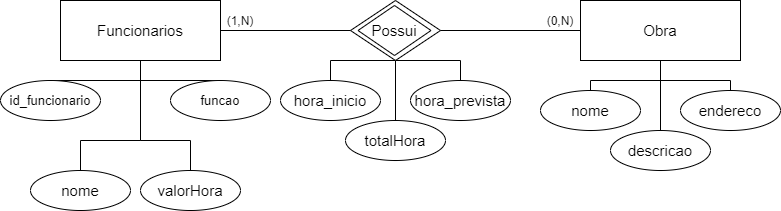
Before: SR/documentacao/bd.png, a diagram exported from draw.io (BielAlves1/Projeto-SR). Source tidied: cells renumbered, new cells last; positions are measured from the earlier drawing's top-left corner, leaving out a move shared by most shapes. The source it was exported from:
```xml
<mxGraphModel>
  <root>
    <mxCell id="0" />
    <mxCell id="1" parent="0" />
    <mxCell id="2" style="edgeStyle=orthogonalEdgeStyle;rounded=0;jettySize=auto;html=1;exitX=0.5;exitY=1;exitDx=0;exitDy=0;entryX=0.5;entryY=0;entryDx=0;entryDy=0;endArrow=none;endFill=0;fontSize=15;" parent="1" edge="1" source="5" target="32">
      <mxGeometry relative="1" as="geometry">
        <Array as="points">
          <mxPoint x="460" y="60" />
        </Array>
      </mxGeometry>
    </mxCell>
    <mxCell id="3" style="edgeStyle=orthogonalEdgeStyle;rounded=0;jettySize=auto;html=1;exitX=0.5;exitY=1;exitDx=0;exitDy=0;entryX=0.5;entryY=0;entryDx=0;entryDy=0;endArrow=none;endFill=0;fontSize=15;" parent="1" edge="1" source="5" target="31">
      <mxGeometry relative="1" as="geometry">
        <Array as="points">
          <mxPoint x="330" y="60" />
        </Array>
      </mxGeometry>
    </mxCell>
    <mxCell id="4" style="edgeStyle=orthogonalEdgeStyle;rounded=0;jettySize=auto;html=1;exitX=0.5;exitY=1;exitDx=0;exitDy=0;entryX=0.5;entryY=0;entryDx=0;entryDy=0;endArrow=none;endFill=0;fontSize=15;" parent="1" edge="1" source="5" target="34">
      <mxGeometry relative="1" as="geometry" />
    </mxCell>
    <mxCell id="5" style="rhombus;whiteSpace=wrap;html=1;fontSize=15;" parent="1" vertex="1">
      <mxGeometry x="350" width="90" height="60" as="geometry" />
    </mxCell>
    <mxCell id="6" style="rhombus;whiteSpace=wrap;html=1;fontSize=15;" parent="1" vertex="1">
      <mxGeometry x="357.5" y="5" width="73" height="50" as="geometry" />
    </mxCell>
    <mxCell id="7" style="edgeStyle=orthogonalEdgeStyle;rounded=0;jettySize=auto;html=1;exitX=1;exitY=0.5;exitDx=0;exitDy=0;entryX=0;entryY=0.5;entryDx=0;entryDy=0;fontSize=15;endArrow=none;endFill=0;" parent="1" edge="1" source="12" target="5">
      <mxGeometry relative="1" as="geometry" />
    </mxCell>
    <mxCell id="8" style="edgeStyle=orthogonalEdgeStyle;rounded=0;jettySize=auto;html=1;exitX=0.5;exitY=1;exitDx=0;exitDy=0;entryX=0.5;entryY=0;entryDx=0;entryDy=0;endArrow=none;endFill=0;fontSize=13;" parent="1" edge="1" source="12" target="22">
      <mxGeometry relative="1" as="geometry">
        <Array as="points">
          <mxPoint x="140" y="140" />
          <mxPoint x="80" y="140" />
        </Array>
      </mxGeometry>
    </mxCell>
    <mxCell id="9" style="edgeStyle=orthogonalEdgeStyle;rounded=0;jettySize=auto;html=1;exitX=0.5;exitY=1;exitDx=0;exitDy=0;entryX=0.5;entryY=0;entryDx=0;entryDy=0;endArrow=none;endFill=0;fontSize=13;" parent="1" edge="1" source="12" target="20">
      <mxGeometry relative="1" as="geometry" />
    </mxCell>
    <mxCell id="10" style="edgeStyle=orthogonalEdgeStyle;rounded=0;jettySize=auto;html=1;exitX=0.5;exitY=1;exitDx=0;exitDy=0;entryX=0.5;entryY=0;entryDx=0;entryDy=0;endArrow=none;endFill=0;fontSize=13;" parent="1" edge="1" source="12" target="21">
      <mxGeometry relative="1" as="geometry" />
    </mxCell>
    <mxCell id="11" style="edgeStyle=orthogonalEdgeStyle;rounded=0;jettySize=auto;html=1;exitX=0.5;exitY=1;exitDx=0;exitDy=0;entryX=0.5;entryY=0;entryDx=0;entryDy=0;endArrow=none;endFill=0;fontSize=15;" parent="1" edge="1" source="12" target="33">
      <mxGeometry relative="1" as="geometry">
        <Array as="points">
          <mxPoint x="140" y="140" />
          <mxPoint x="190" y="140" />
        </Array>
      </mxGeometry>
    </mxCell>
    <mxCell id="12" style="rounded=0;whiteSpace=wrap;html=1;" parent="1" vertex="1">
      <mxGeometry x="60" width="160" height="60" as="geometry" />
    </mxCell>
    <mxCell id="13" style="edgeStyle=orthogonalEdgeStyle;rounded=0;jettySize=auto;html=1;exitX=0.5;exitY=1;exitDx=0;exitDy=0;entryX=0.5;entryY=0;entryDx=0;entryDy=0;endArrow=none;endFill=0;fontSize=15;" parent="1" edge="1" source="16" target="27">
      <mxGeometry relative="1" as="geometry" />
    </mxCell>
    <mxCell id="14" style="edgeStyle=orthogonalEdgeStyle;rounded=0;jettySize=auto;html=1;exitX=0.5;exitY=1;exitDx=0;exitDy=0;entryX=0.5;entryY=0;entryDx=0;entryDy=0;endArrow=none;endFill=0;fontSize=15;" parent="1" edge="1" source="16" target="26">
      <mxGeometry relative="1" as="geometry" />
    </mxCell>
    <mxCell id="15" style="edgeStyle=orthogonalEdgeStyle;rounded=0;jettySize=auto;html=1;exitX=0.5;exitY=1;exitDx=0;exitDy=0;entryX=0.5;entryY=0;entryDx=0;entryDy=0;endArrow=none;endFill=0;fontSize=15;" parent="1" edge="1" source="16" target="28">
      <mxGeometry relative="1" as="geometry" />
    </mxCell>
    <mxCell id="16" style="rounded=0;whiteSpace=wrap;html=1;fontSize=15;" parent="1" vertex="1">
      <mxGeometry x="580" width="160" height="60" as="geometry" />
    </mxCell>
    <mxCell id="17" style="edgeStyle=orthogonalEdgeStyle;rounded=0;jettySize=auto;html=1;exitX=1;exitY=0.5;exitDx=0;exitDy=0;entryX=0;entryY=0.5;entryDx=0;entryDy=0;endArrow=none;endFill=0;fontSize=15;" parent="1" edge="1" source="5" target="16">
      <mxGeometry relative="1" as="geometry" />
    </mxCell>
    <mxCell id="18" value="Possui" style="text;html=1;strokeColor=none;fillColor=none;align=center;verticalAlign=middle;whiteSpace=wrap;rounded=0;fontSize=15;" parent="1" vertex="1">
      <mxGeometry x="374" y="20" width="40" height="20" as="geometry" />
    </mxCell>
    <mxCell id="19" value="Funcionarios" style="text;html=1;strokeColor=none;fillColor=none;align=center;verticalAlign=middle;whiteSpace=wrap;rounded=0;fontSize=15;" parent="1" vertex="1">
      <mxGeometry x="80" y="20" width="120" height="20" as="geometry" />
    </mxCell>
    <mxCell id="20" style="ellipse;whiteSpace=wrap;html=1;fontSize=15;" parent="1" vertex="1">
      <mxGeometry x="170" y="80" width="100" height="40" as="geometry" />
    </mxCell>
    <mxCell id="21" style="ellipse;whiteSpace=wrap;html=1;fontSize=15;" parent="1" vertex="1">
      <mxGeometry y="80" width="100" height="40" as="geometry" />
    </mxCell>
    <mxCell id="22" style="ellipse;whiteSpace=wrap;html=1;fontSize=15;" parent="1" vertex="1">
      <mxGeometry x="30" y="170" width="100" height="40" as="geometry" />
    </mxCell>
    <mxCell id="23" value="id_funcionario" style="text;html=1;strokeColor=none;fillColor=none;align=center;verticalAlign=middle;whiteSpace=wrap;rounded=0;fontSize=13;" parent="1" vertex="1">
      <mxGeometry x="30" y="90" width="40" height="20" as="geometry" />
    </mxCell>
    <mxCell id="24" value="nome" style="text;html=1;strokeColor=none;fillColor=none;align=center;verticalAlign=middle;whiteSpace=wrap;rounded=0;fontSize=15;" parent="1" vertex="1">
      <mxGeometry x="60" y="180" width="40" height="20" as="geometry" />
    </mxCell>
    <mxCell id="25" value="funcao" style="text;html=1;strokeColor=none;fillColor=none;align=center;verticalAlign=middle;whiteSpace=wrap;rounded=0;fontSize=13;" parent="1" vertex="1">
      <mxGeometry x="200" y="90" width="40" height="20" as="geometry" />
    </mxCell>
    <mxCell id="26" style="ellipse;whiteSpace=wrap;html=1;fontSize=15;" parent="1" vertex="1">
      <mxGeometry x="540" y="90" width="100" height="40" as="geometry" />
    </mxCell>
    <mxCell id="27" value="descricao" style="ellipse;whiteSpace=wrap;html=1;fontSize=15;" parent="1" vertex="1">
      <mxGeometry x="610" y="130" width="100" height="40" as="geometry" />
    </mxCell>
    <mxCell id="28" value="endereco" style="ellipse;whiteSpace=wrap;html=1;fontSize=15;" parent="1" vertex="1">
      <mxGeometry x="680" y="90" width="100" height="40" as="geometry" />
    </mxCell>
    <mxCell id="29" value="Obra" style="text;html=1;strokeColor=none;fillColor=none;align=center;verticalAlign=middle;whiteSpace=wrap;rounded=0;fontSize=15;" parent="1" vertex="1">
      <mxGeometry x="640" y="20" width="40" height="20" as="geometry" />
    </mxCell>
    <mxCell id="30" value="nome" style="text;html=1;strokeColor=none;fillColor=none;align=center;verticalAlign=middle;whiteSpace=wrap;rounded=0;fontSize=15;" parent="1" vertex="1">
      <mxGeometry x="570" y="100" width="40" height="20" as="geometry" />
    </mxCell>
    <mxCell id="31" value="hora_inicio" style="ellipse;whiteSpace=wrap;html=1;fontSize=15;" parent="1" vertex="1">
      <mxGeometry x="280" y="80" width="100" height="40" as="geometry" />
    </mxCell>
    <mxCell id="32" value="hora_prevista" style="ellipse;whiteSpace=wrap;html=1;fontSize=15;" parent="1" vertex="1">
      <mxGeometry x="410" y="80" width="100" height="40" as="geometry" />
    </mxCell>
    <mxCell id="33" value="valorHora" style="ellipse;whiteSpace=wrap;html=1;fontSize=15;" parent="1" vertex="1">
      <mxGeometry x="140" y="170" width="100" height="40" as="geometry" />
    </mxCell>
    <mxCell id="34" value="totalHora" style="ellipse;whiteSpace=wrap;html=1;fontSize=15;" parent="1" vertex="1">
      <mxGeometry x="345" y="120" width="100" height="40" as="geometry" />
    </mxCell>
    <mxCell id="35" value="(1,N)" style="text;html=1;strokeColor=none;fillColor=none;align=center;verticalAlign=middle;whiteSpace=wrap;rounded=0;fontSize=12;" parent="1" vertex="1">
      <mxGeometry x="220" y="10" width="40" height="20" as="geometry" />
    </mxCell>
    <mxCell id="36" value="(0,N)" style="text;html=1;strokeColor=none;fillColor=none;align=center;verticalAlign=middle;whiteSpace=wrap;rounded=0;fontSize=12;" parent="1" vertex="1">
      <mxGeometry x="540" y="10" width="40" height="20" as="geometry" />
    </mxCell>
  </root>
</mxGraphModel>
```
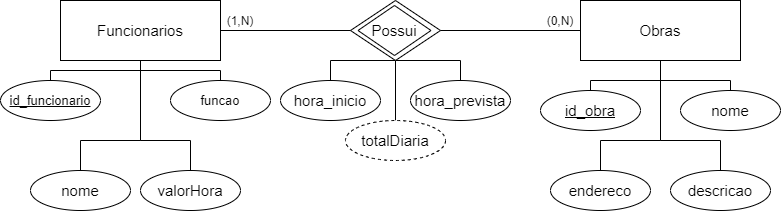
After the change.

Change to the diagram source:
```diff
@@ -37,10 +37,20 @@
       </mxGeometry>
     </mxCell>
     <mxCell id="9" style="edgeStyle=orthogonalEdgeStyle;rounded=0;jettySize=auto;html=1;exitX=0.5;exitY=1;exitDx=0;exitDy=0;entryX=0.5;entryY=0;entryDx=0;entryDy=0;endArrow=none;endFill=0;fontSize=13;" parent="1" edge="1" source="12" target="20">
-      <mxGeometry relative="1" as="geometry" />
+      <mxGeometry relative="1" as="geometry">
+        <Array as="points">
+          <mxPoint x="140" y="70" />
+          <mxPoint x="220" y="70" />
+        </Array>
+      </mxGeometry>
     </mxCell>
     <mxCell id="10" style="edgeStyle=orthogonalEdgeStyle;rounded=0;jettySize=auto;html=1;exitX=0.5;exitY=1;exitDx=0;exitDy=0;entryX=0.5;entryY=0;entryDx=0;entryDy=0;endArrow=none;endFill=0;fontSize=13;" parent="1" edge="1" source="12" target="21">
-      <mxGeometry relative="1" as="geometry" />
+      <mxGeometry relative="1" as="geometry">
+        <Array as="points">
+          <mxPoint x="140" y="70" />
+          <mxPoint x="50" y="70" />
+        </Array>
+      </mxGeometry>
     </mxCell>
     <mxCell id="11" style="edgeStyle=orthogonalEdgeStyle;rounded=0;jettySize=auto;html=1;exitX=0.5;exitY=1;exitDx=0;exitDy=0;entryX=0.5;entryY=0;entryDx=0;entryDy=0;endArrow=none;endFill=0;fontSize=15;" parent="1" edge="1" source="12" target="33">
       <mxGeometry relative="1" as="geometry">
@@ -53,15 +63,28 @@
     <mxCell id="12" style="rounded=0;whiteSpace=wrap;html=1;" parent="1" vertex="1">
       <mxGeometry x="60" width="160" height="60" as="geometry" />
     </mxCell>
+    <mxCell id="14" style="edgeStyle=orthogonalEdgeStyle;rounded=0;jettySize=auto;html=1;exitX=0.5;exitY=1;exitDx=0;exitDy=0;entryX=0.5;entryY=0;entryDx=0;entryDy=0;endArrow=none;endFill=0;fontSize=15;" parent="1" edge="1" source="16" target="26">
+      <mxGeometry relative="1" as="geometry" />
+    </mxCell>
+    <mxCell id="37" style="edgeStyle=orthogonalEdgeStyle;rounded=0;jettySize=auto;html=1;exitX=0.5;exitY=1;exitDx=0;exitDy=0;entryX=0.5;entryY=0;entryDx=0;entryDy=0;endArrow=none;endFill=0;" parent="1" edge="1" source="16" target="38">
+      <mxGeometry relative="1" as="geometry" />
+    </mxCell>
+    <mxCell id="15" style="edgeStyle=orthogonalEdgeStyle;rounded=0;jettySize=auto;html=1;exitX=0.5;exitY=1;exitDx=0;exitDy=0;entryX=0.5;entryY=0;entryDx=0;entryDy=0;endArrow=none;endFill=0;" parent="1" edge="1" source="16" target="28">
+      <mxGeometry relative="1" as="geometry">
+        <Array as="points">
+          <mxPoint x="660" y="140" />
+          <mxPoint x="600" y="140" />
+        </Array>
+      </mxGeometry>
+    </mxCell>
-    <mxCell id="13" style="edgeStyle=orthogonalEdgeStyle;rounded=0;jettySize=auto;html=1;exitX=0.5;exitY=1;exitDx=0;exitDy=0;entryX=0.5;entryY=0;entryDx=0;entryDy=0;endArrow=none;endFill=0;fontSize=15;" parent="1" edge="1" source="16" target="27">
-      <mxGeometry relative="1" as="geometry" />
+    <mxCell id="13" style="edgeStyle=orthogonalEdgeStyle;rounded=0;jettySize=auto;html=1;exitX=0.5;exitY=1;exitDx=0;exitDy=0;entryX=0.5;entryY=0;entryDx=0;entryDy=0;endArrow=none;endFill=0;" parent="1" edge="1" source="16" target="27">
+      <mxGeometry relative="1" as="geometry">
+        <Array as="points">
+          <mxPoint x="660" y="140" />
+          <mxPoint x="720" y="140" />
+        </Array>
+      </mxGeometry>
     </mxCell>
-    <mxCell id="14" style="edgeStyle=orthogonalEdgeStyle;rounded=0;jettySize=auto;html=1;exitX=0.5;exitY=1;exitDx=0;exitDy=0;entryX=0.5;entryY=0;entryDx=0;entryDy=0;endArrow=none;endFill=0;fontSize=15;" parent="1" edge="1" source="16" target="26">
-      <mxGeometry relative="1" as="geometry" />
-    </mxCell>
-    <mxCell id="15" style="edgeStyle=orthogonalEdgeStyle;rounded=0;jettySize=auto;html=1;exitX=0.5;exitY=1;exitDx=0;exitDy=0;entryX=0.5;entryY=0;entryDx=0;entryDy=0;endArrow=none;endFill=0;fontSize=15;" parent="1" edge="1" source="16" target="28">
-      <mxGeometry relative="1" as="geometry" />
-    </mxCell>
     <mxCell id="16" style="rounded=0;whiteSpace=wrap;html=1;fontSize=15;" parent="1" vertex="1">
       <mxGeometry x="580" width="160" height="60" as="geometry" />
     </mxCell>
@@ -83,7 +106,7 @@
     <mxCell id="22" style="ellipse;whiteSpace=wrap;html=1;fontSize=15;" parent="1" vertex="1">
       <mxGeometry x="30" y="170" width="100" height="40" as="geometry" />
     </mxCell>
-    <mxCell id="23" value="id_funcionario" style="text;html=1;strokeColor=none;fillColor=none;align=center;verticalAlign=middle;whiteSpace=wrap;rounded=0;fontSize=13;" parent="1" vertex="1">
+    <mxCell id="23" value="id_funcionario" style="text;html=1;strokeColor=none;fillColor=none;align=center;verticalAlign=middle;whiteSpace=wrap;rounded=0;fontSize=13;fontStyle=4;" parent="1" vertex="1">
       <mxGeometry x="30" y="90" width="40" height="20" as="geometry" />
     </mxCell>
     <mxCell id="24" value="nome" style="text;html=1;strokeColor=none;fillColor=none;align=center;verticalAlign=middle;whiteSpace=wrap;rounded=0;fontSize=15;" parent="1" vertex="1">
@@ -93,19 +116,19 @@
       <mxGeometry x="200" y="90" width="40" height="20" as="geometry" />
     </mxCell>
     <mxCell id="26" style="ellipse;whiteSpace=wrap;html=1;fontSize=15;" parent="1" vertex="1">
-      <mxGeometry x="540" y="90" width="100" height="40" as="geometry" />
+      <mxGeometry x="680" y="90" width="100" height="40" as="geometry" />
     </mxCell>
     <mxCell id="27" value="descricao" style="ellipse;whiteSpace=wrap;html=1;fontSize=15;" parent="1" vertex="1">
-      <mxGeometry x="610" y="130" width="100" height="40" as="geometry" />
+      <mxGeometry x="670" y="170" width="100" height="40" as="geometry" />
     </mxCell>
     <mxCell id="28" value="endereco" style="ellipse;whiteSpace=wrap;html=1;fontSize=15;" parent="1" vertex="1">
-      <mxGeometry x="680" y="90" width="100" height="40" as="geometry" />
+      <mxGeometry x="550" y="170" width="100" height="40" as="geometry" />
     </mxCell>
-    <mxCell id="29" value="Obra" style="text;html=1;strokeColor=none;fillColor=none;align=center;verticalAlign=middle;whiteSpace=wrap;rounded=0;fontSize=15;" parent="1" vertex="1">
+    <mxCell id="29" value="Obras" style="text;html=1;strokeColor=none;fillColor=none;align=center;verticalAlign=middle;whiteSpace=wrap;rounded=0;fontSize=15;" parent="1" vertex="1">
       <mxGeometry x="640" y="20" width="40" height="20" as="geometry" />
     </mxCell>
     <mxCell id="30" value="nome" style="text;html=1;strokeColor=none;fillColor=none;align=center;verticalAlign=middle;whiteSpace=wrap;rounded=0;fontSize=15;" parent="1" vertex="1">
-      <mxGeometry x="570" y="100" width="40" height="20" as="geometry" />
+      <mxGeometry x="710" y="100" width="40" height="20" as="geometry" />
     </mxCell>
     <mxCell id="31" value="hora_inicio" style="ellipse;whiteSpace=wrap;html=1;fontSize=15;" parent="1" vertex="1">
       <mxGeometry x="280" y="80" width="100" height="40" as="geometry" />
@@ -116,7 +139,7 @@
     <mxCell id="33" value="valorHora" style="ellipse;whiteSpace=wrap;html=1;fontSize=15;" parent="1" vertex="1">
       <mxGeometry x="140" y="170" width="100" height="40" as="geometry" />
     </mxCell>
-    <mxCell id="34" value="totalHora" style="ellipse;whiteSpace=wrap;html=1;fontSize=15;" parent="1" vertex="1">
+    <mxCell id="34" value="totalDiaria" style="ellipse;whiteSpace=wrap;html=1;fontSize=15;dashed=1;" parent="1" vertex="1">
       <mxGeometry x="345" y="120" width="100" height="40" as="geometry" />
     </mxCell>
     <mxCell id="35" value="(1,N)" style="text;html=1;strokeColor=none;fillColor=none;align=center;verticalAlign=middle;whiteSpace=wrap;rounded=0;fontSize=12;" parent="1" vertex="1">
@@ -125,5 +148,11 @@
     <mxCell id="36" value="(0,N)" style="text;html=1;strokeColor=none;fillColor=none;align=center;verticalAlign=middle;whiteSpace=wrap;rounded=0;fontSize=12;" parent="1" vertex="1">
       <mxGeometry x="540" y="10" width="40" height="20" as="geometry" />
     </mxCell>
+    <mxCell id="38" style="ellipse;whiteSpace=wrap;html=1;fontSize=15;" parent="1" vertex="1">
+      <mxGeometry x="540" y="90" width="100" height="40" as="geometry" />
+    </mxCell>
+    <mxCell id="39" value="id_obra" style="text;html=1;strokeColor=none;fillColor=none;align=center;verticalAlign=middle;whiteSpace=wrap;rounded=0;fontSize=15;fontStyle=4;" parent="1" vertex="1">
+      <mxGeometry x="570" y="100" width="40" height="20" as="geometry" />
+    </mxCell>
   </root>
 </mxGraphModel>
```
